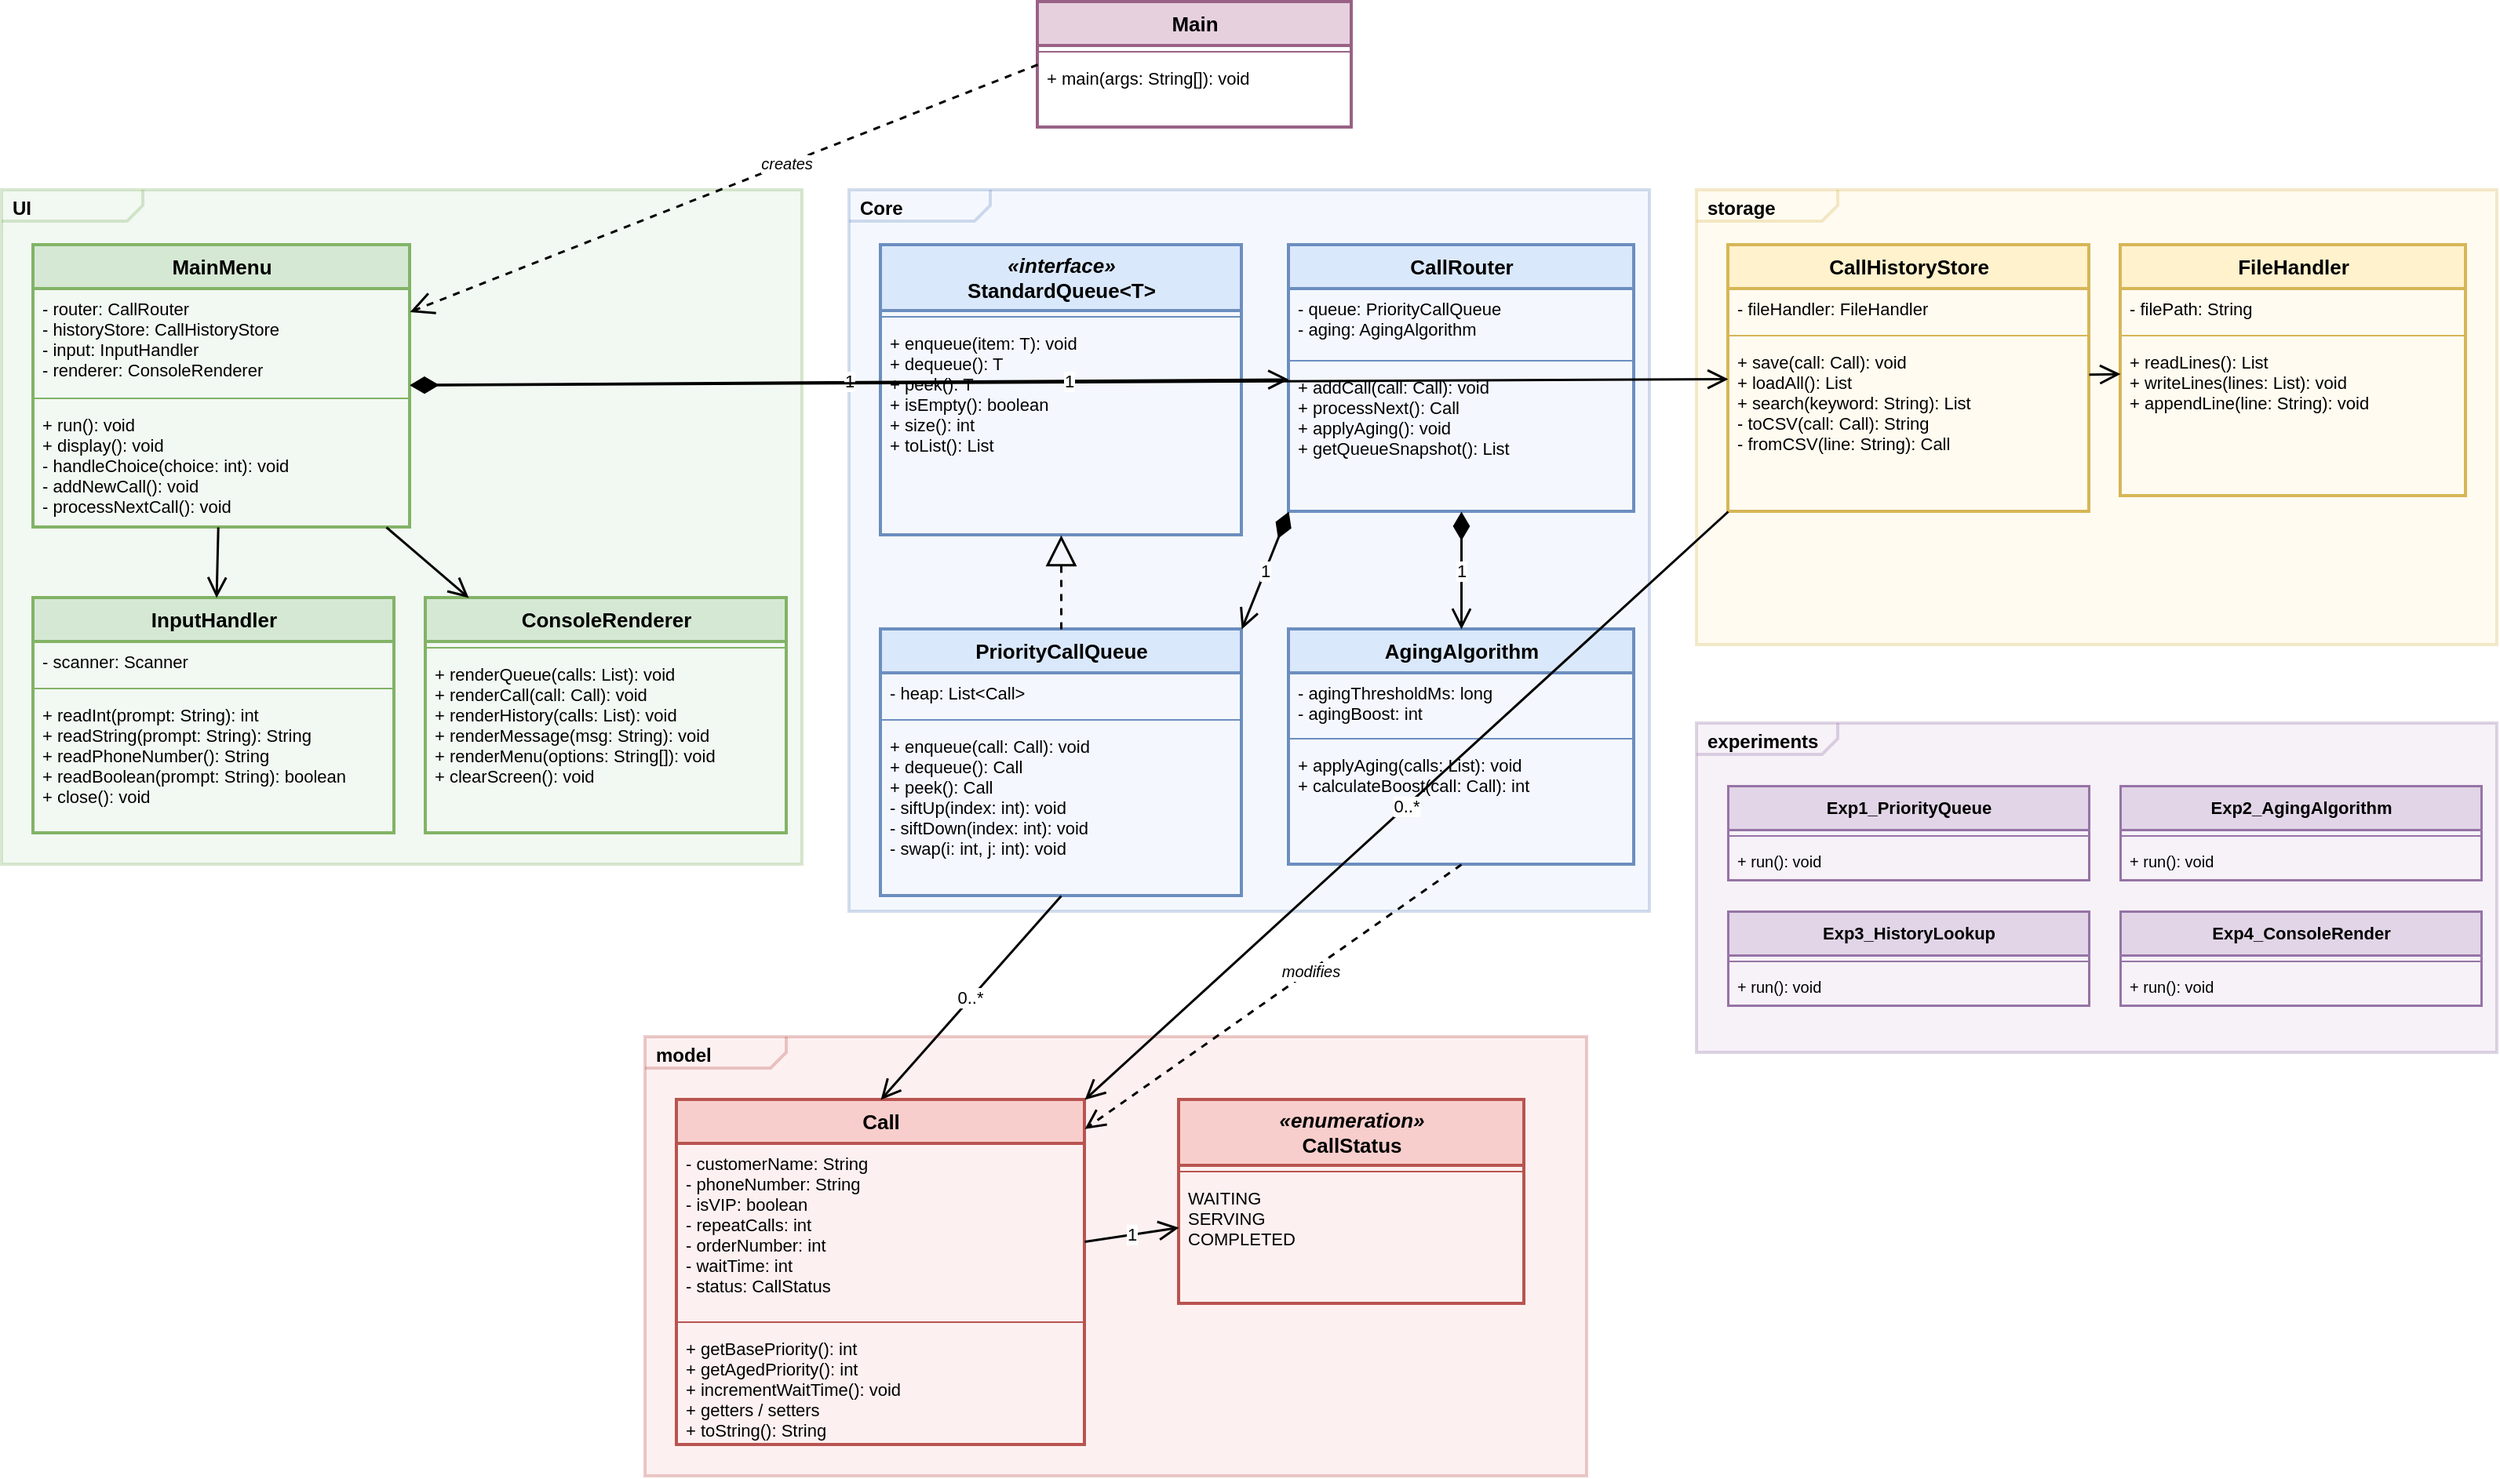
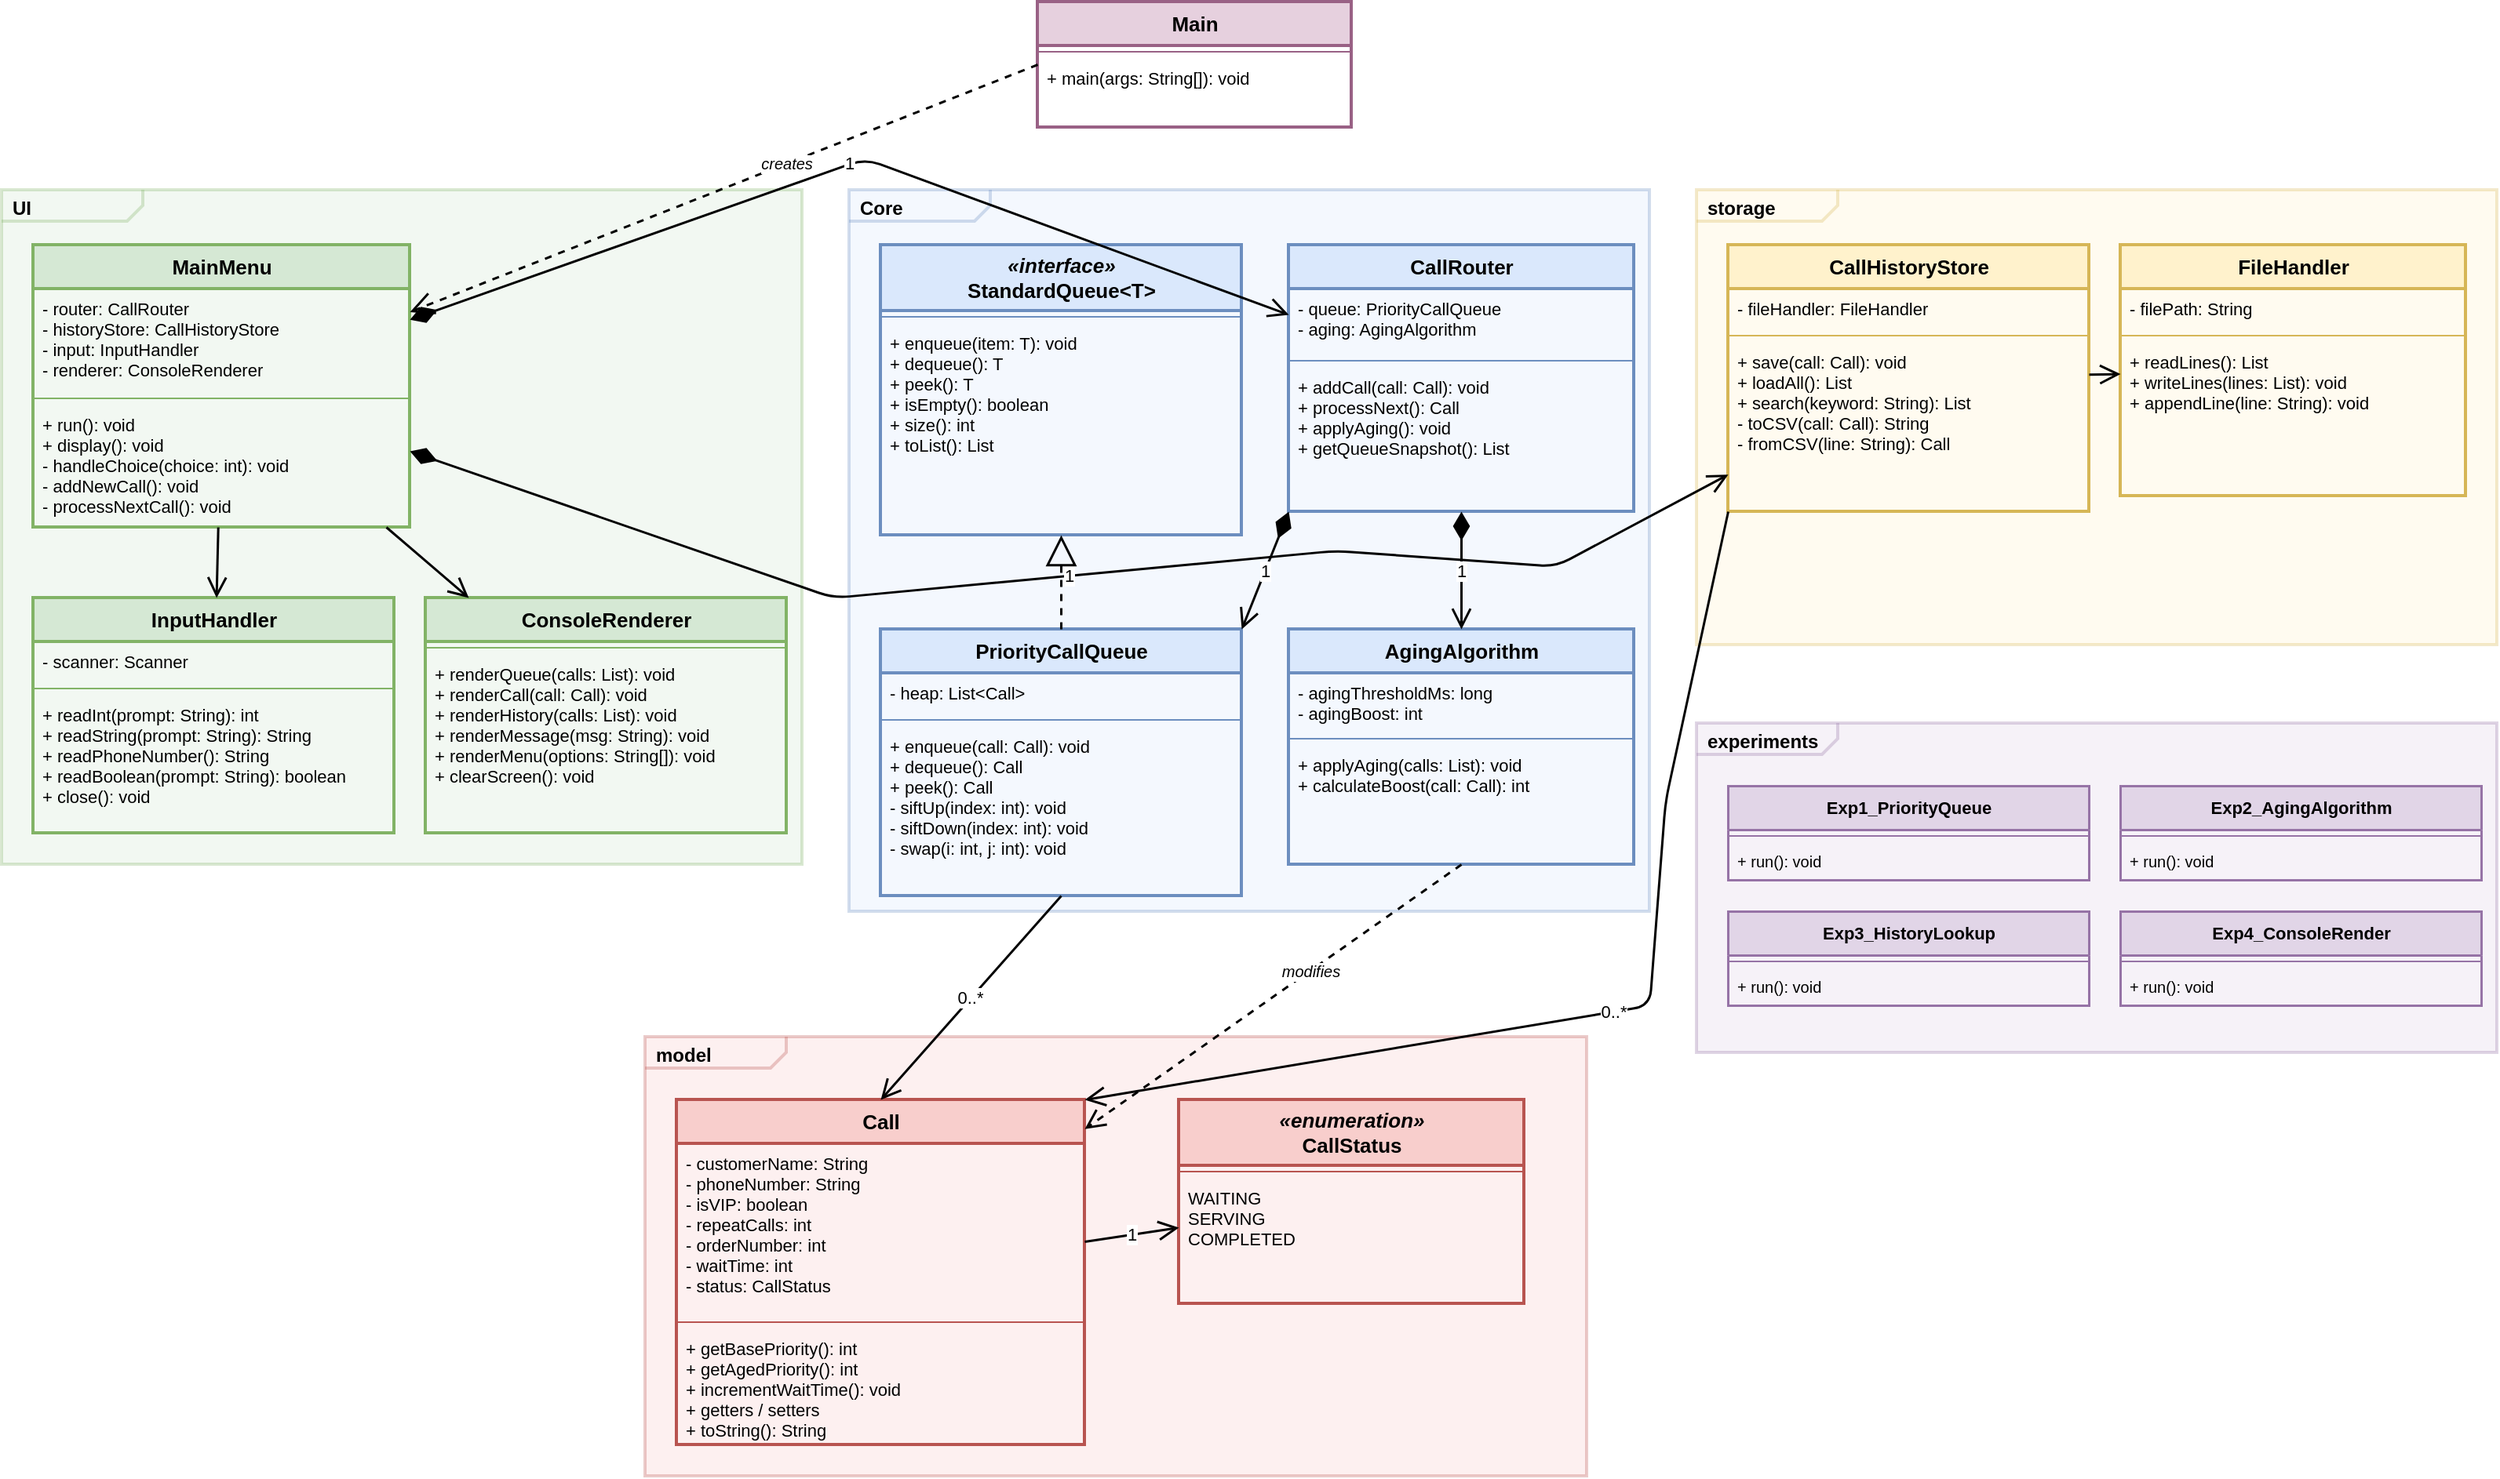
<mxfile host="Electron" agent="Antigravity">
  <diagram id="class-diagram" name="Class Diagram">
    <mxGraphModel dx="815" dy="592" grid="1" gridSize="10" guides="1" tooltips="1" connect="1" arrows="1" fold="1" page="1" pageScale="1" pageWidth="1800" pageHeight="1400" math="0" shadow="0">
      <root>
        <mxCell id="0" />
        <mxCell id="1" parent="0" />
        <mxCell id="pkg_ui" parent="1" style="shape=mxgraph.sysml.package;html=1;whiteSpace=wrap;align=left;verticalAlign=top;spacingTop=-2;spacingLeft=5;fontSize=12;strokeColor=#82b366;fillColor=#d5e8d4;strokeWidth=2;opacity=30;" value="&lt;b&gt;UI&lt;/b&gt;" vertex="1">
          <mxGeometry height="430" width="510" x="20" y="140" as="geometry" />
        </mxCell>
        <mxCell id="pkg_core" parent="1" style="shape=mxgraph.sysml.package;html=1;whiteSpace=wrap;align=left;verticalAlign=top;spacingTop=-2;spacingLeft=5;fontSize=12;strokeColor=#6c8ebf;fillColor=#dae8fc;strokeWidth=2;opacity=30;" value="&lt;b&gt;Core&lt;/b&gt;" vertex="1">
          <mxGeometry height="460" width="510" x="560" y="140" as="geometry" />
        </mxCell>
        <mxCell id="pkg_storage" parent="1" style="shape=mxgraph.sysml.package;html=1;whiteSpace=wrap;align=left;verticalAlign=top;spacingTop=-2;spacingLeft=5;fontSize=12;strokeColor=#d6b656;fillColor=#fff2cc;strokeWidth=2;opacity=30;" value="&lt;b&gt;storage&lt;/b&gt;" vertex="1">
          <mxGeometry height="290" width="510" x="1100" y="140" as="geometry" />
        </mxCell>
        <mxCell id="pkg_model" parent="1" style="shape=mxgraph.sysml.package;html=1;whiteSpace=wrap;align=left;verticalAlign=top;spacingTop=-2;spacingLeft=5;fontSize=12;strokeColor=#b85450;fillColor=#f8cecc;strokeWidth=2;opacity=30;" value="&lt;b&gt;model&lt;/b&gt;" vertex="1">
          <mxGeometry height="280" width="600" x="430" y="680" as="geometry" />
        </mxCell>
        <mxCell id="pkg_experiment" parent="1" style="shape=mxgraph.sysml.package;html=1;whiteSpace=wrap;align=left;verticalAlign=top;spacingTop=-2;spacingLeft=5;fontSize=12;strokeColor=#9673a6;fillColor=#e1d5e7;strokeWidth=2;opacity=30;" value="&lt;b&gt;experiments&lt;/b&gt;" vertex="1">
          <mxGeometry height="210" width="510" x="1100" y="480" as="geometry" />
        </mxCell>
        <mxCell id="c_main" parent="1" style="swimlane;fontStyle=1;align=center;startSize=28;html=1;collapsible=0;fontSize=13;fillColor=#e6d0de;strokeColor=#996185;strokeWidth=2;" value="Main" vertex="1">
          <mxGeometry height="80" width="200" x="680" y="20" as="geometry" />
        </mxCell>
        <mxCell id="c_main_sep" parent="c_main" style="line;strokeWidth=1;fillColor=none;align=left;verticalAlign=middle;spacingTop=-1;spacingLeft=3;spacingRight=10;rotatable=0;labelPosition=left;points=[];portConstraint=eastwest;strokeColor=inherit;" value="" vertex="1">
          <mxGeometry height="8" width="200" y="28" as="geometry" />
        </mxCell>
        <mxCell id="c_main_methods" parent="c_main" style="text;strokeColor=none;fillColor=none;align=left;verticalAlign=top;spacingLeft=4;spacingRight=4;overflow=hidden;rotatable=0;points=[[0,0.5],[1,0.5]];portConstraint=eastwest;fontFamily=Helvetica;fontSize=11;" value="+ main(args: String[]): void" vertex="1">
          <mxGeometry height="40" width="200" y="36" as="geometry" />
        </mxCell>
        <mxCell id="c_mainmenu" parent="1" style="swimlane;fontStyle=1;align=center;startSize=28;html=1;collapsible=0;fontSize=13;fillColor=#d5e8d4;strokeColor=#82b366;strokeWidth=2;" value="MainMenu" vertex="1">
          <mxGeometry height="180" width="240" x="40" y="175" as="geometry" />
        </mxCell>
        <mxCell id="c_mainmenu_attrs" parent="c_mainmenu" style="text;strokeColor=none;fillColor=none;align=left;verticalAlign=top;spacingLeft=4;spacingRight=4;overflow=hidden;rotatable=0;points=[[0,0.5],[1,0.5]];portConstraint=eastwest;fontFamily=Helvetica;fontSize=11;" value="- router: CallRouter&#xa;- historyStore: CallHistoryStore&#xa;- input: InputHandler&#xa;- renderer: ConsoleRenderer" vertex="1">
          <mxGeometry height="66" width="240" y="28" as="geometry" />
        </mxCell>
        <mxCell id="c_mainmenu_sep" parent="c_mainmenu" style="line;strokeWidth=1;fillColor=none;align=left;verticalAlign=middle;spacingTop=-1;spacingLeft=3;spacingRight=10;rotatable=0;labelPosition=left;points=[];portConstraint=eastwest;strokeColor=inherit;" value="" vertex="1">
          <mxGeometry height="8" width="240" y="94" as="geometry" />
        </mxCell>
        <mxCell id="c_mainmenu_methods" parent="c_mainmenu" style="text;strokeColor=none;fillColor=none;align=left;verticalAlign=top;spacingLeft=4;spacingRight=4;overflow=hidden;rotatable=0;points=[[0,0.5],[1,0.5]];portConstraint=eastwest;fontFamily=Helvetica;fontSize=11;" value="+ run(): void&#xa;+ display(): void&#xa;- handleChoice(choice: int): void&#xa;- addNewCall(): void&#xa;- processNextCall(): void" vertex="1">
          <mxGeometry height="74" width="240" y="102" as="geometry" />
        </mxCell>
        <mxCell id="c_input" parent="1" style="swimlane;fontStyle=1;align=center;startSize=28;html=1;collapsible=0;fontSize=13;fillColor=#d5e8d4;strokeColor=#82b366;strokeWidth=2;" value="InputHandler" vertex="1">
          <mxGeometry height="150" width="230" x="40" y="400" as="geometry" />
        </mxCell>
        <mxCell id="c_input_attrs" parent="c_input" style="text;strokeColor=none;fillColor=none;align=left;verticalAlign=top;spacingLeft=4;spacingRight=4;overflow=hidden;rotatable=0;points=[[0,0.5],[1,0.5]];portConstraint=eastwest;fontFamily=Helvetica;fontSize=11;" value="- scanner: Scanner" vertex="1">
          <mxGeometry height="26" width="230" y="28" as="geometry" />
        </mxCell>
        <mxCell id="c_input_sep" parent="c_input" style="line;strokeWidth=1;fillColor=none;align=left;verticalAlign=middle;spacingTop=-1;spacingLeft=3;spacingRight=10;rotatable=0;labelPosition=left;points=[];portConstraint=eastwest;strokeColor=inherit;" value="" vertex="1">
          <mxGeometry height="8" width="230" y="54" as="geometry" />
        </mxCell>
        <mxCell id="c_input_methods" parent="c_input" style="text;strokeColor=none;fillColor=none;align=left;verticalAlign=top;spacingLeft=4;spacingRight=4;overflow=hidden;rotatable=0;points=[[0,0.5],[1,0.5]];portConstraint=eastwest;fontFamily=Helvetica;fontSize=11;" value="+ readInt(prompt: String): int&#xa;+ readString(prompt: String): String&#xa;+ readPhoneNumber(): String&#xa;+ readBoolean(prompt: String): boolean&#xa;+ close(): void" vertex="1">
          <mxGeometry height="84" width="230" y="62" as="geometry" />
        </mxCell>
        <mxCell id="c_renderer" parent="1" style="swimlane;fontStyle=1;align=center;startSize=28;html=1;collapsible=0;fontSize=13;fillColor=#d5e8d4;strokeColor=#82b366;strokeWidth=2;" value="ConsoleRenderer" vertex="1">
          <mxGeometry height="150" width="230" x="290" y="400" as="geometry" />
        </mxCell>
        <mxCell id="c_renderer_sep" parent="c_renderer" style="line;strokeWidth=1;fillColor=none;align=left;verticalAlign=middle;spacingTop=-1;spacingLeft=3;spacingRight=10;rotatable=0;labelPosition=left;points=[];portConstraint=eastwest;strokeColor=inherit;" value="" vertex="1">
          <mxGeometry height="8" width="230" y="28" as="geometry" />
        </mxCell>
        <mxCell id="c_renderer_methods" parent="c_renderer" style="text;strokeColor=none;fillColor=none;align=left;verticalAlign=top;spacingLeft=4;spacingRight=4;overflow=hidden;rotatable=0;points=[[0,0.5],[1,0.5]];portConstraint=eastwest;fontFamily=Helvetica;fontSize=11;" value="+ renderQueue(calls: List): void&#xa;+ renderCall(call: Call): void&#xa;+ renderHistory(calls: List): void&#xa;+ renderMessage(msg: String): void&#xa;+ renderMenu(options: String[]): void&#xa;+ clearScreen(): void" vertex="1">
          <mxGeometry height="110" width="230" y="36" as="geometry" />
        </mxCell>
        <mxCell id="c_stdqueue" parent="1" style="swimlane;fontStyle=1;align=center;startSize=42;html=1;collapsible=0;fontSize=13;fillColor=#dae8fc;strokeColor=#6c8ebf;strokeWidth=2;" value="&lt;i&gt;«interface»&lt;/i&gt;&lt;br&gt;StandardQueue&amp;lt;T&amp;gt;" vertex="1">
          <mxGeometry height="185" width="230" x="580" y="175" as="geometry" />
        </mxCell>
        <mxCell id="c_stdqueue_sep" parent="c_stdqueue" style="line;strokeWidth=1;fillColor=none;align=left;verticalAlign=middle;spacingTop=-1;spacingLeft=3;spacingRight=10;rotatable=0;labelPosition=left;points=[];portConstraint=eastwest;strokeColor=inherit;" value="" vertex="1">
          <mxGeometry height="8" width="230" y="42" as="geometry" />
        </mxCell>
        <mxCell id="c_stdqueue_methods" parent="c_stdqueue" style="text;strokeColor=none;fillColor=none;align=left;verticalAlign=top;spacingLeft=4;spacingRight=4;overflow=hidden;rotatable=0;points=[[0,0.5],[1,0.5]];portConstraint=eastwest;fontFamily=Helvetica;fontSize=11;" value="+ enqueue(item: T): void&#xa;+ dequeue(): T&#xa;+ peek(): T&#xa;+ isEmpty(): boolean&#xa;+ size(): int&#xa;+ toList(): List" vertex="1">
          <mxGeometry height="131" width="230" y="50" as="geometry" />
        </mxCell>
        <mxCell id="c_pqueue" parent="1" style="swimlane;fontStyle=1;align=center;startSize=28;html=1;collapsible=0;fontSize=13;fillColor=#dae8fc;strokeColor=#6c8ebf;strokeWidth=2;" value="PriorityCallQueue" vertex="1">
          <mxGeometry height="170" width="230" x="580" y="420" as="geometry" />
        </mxCell>
        <mxCell id="c_pqueue_attrs" parent="c_pqueue" style="text;strokeColor=none;fillColor=none;align=left;verticalAlign=top;spacingLeft=4;spacingRight=4;overflow=hidden;rotatable=0;points=[[0,0.5],[1,0.5]];portConstraint=eastwest;fontFamily=Helvetica;fontSize=11;" value="- heap: List&lt;Call&gt;" vertex="1">
          <mxGeometry height="26" width="230" y="28" as="geometry" />
        </mxCell>
        <mxCell id="c_pqueue_sep" parent="c_pqueue" style="line;strokeWidth=1;fillColor=none;align=left;verticalAlign=middle;spacingTop=-1;spacingLeft=3;spacingRight=10;rotatable=0;labelPosition=left;points=[];portConstraint=eastwest;strokeColor=inherit;" value="" vertex="1">
          <mxGeometry height="8" width="230" y="54" as="geometry" />
        </mxCell>
        <mxCell id="c_pqueue_methods" parent="c_pqueue" style="text;strokeColor=none;fillColor=none;align=left;verticalAlign=top;spacingLeft=4;spacingRight=4;overflow=hidden;rotatable=0;points=[[0,0.5],[1,0.5]];portConstraint=eastwest;fontFamily=Helvetica;fontSize=11;" value="+ enqueue(call: Call): void&#xa;+ dequeue(): Call&#xa;+ peek(): Call&#xa;- siftUp(index: int): void&#xa;- siftDown(index: int): void&#xa;- swap(i: int, j: int): void" vertex="1">
          <mxGeometry height="104" width="230" y="62" as="geometry" />
        </mxCell>
        <mxCell id="c_router" parent="1" style="swimlane;fontStyle=1;align=center;startSize=28;html=1;collapsible=0;fontSize=13;fillColor=#dae8fc;strokeColor=#6c8ebf;strokeWidth=2;" value="CallRouter" vertex="1">
          <mxGeometry height="170" width="220" x="840" y="175" as="geometry" />
        </mxCell>
        <mxCell id="c_router_attrs" parent="c_router" style="text;strokeColor=none;fillColor=none;align=left;verticalAlign=top;spacingLeft=4;spacingRight=4;overflow=hidden;rotatable=0;points=[[0,0.5],[1,0.5]];portConstraint=eastwest;fontFamily=Helvetica;fontSize=11;" value="- queue: PriorityCallQueue&#xa;- aging: AgingAlgorithm" vertex="1">
          <mxGeometry height="42" width="220" y="28" as="geometry" />
        </mxCell>
        <mxCell id="c_router_sep" parent="c_router" style="line;strokeWidth=1;fillColor=none;align=left;verticalAlign=middle;spacingTop=-1;spacingLeft=3;spacingRight=10;rotatable=0;labelPosition=left;points=[];portConstraint=eastwest;strokeColor=inherit;" value="" vertex="1">
          <mxGeometry height="8" width="220" y="70" as="geometry" />
        </mxCell>
        <mxCell id="c_router_methods" parent="c_router" style="text;strokeColor=none;fillColor=none;align=left;verticalAlign=top;spacingLeft=4;spacingRight=4;overflow=hidden;rotatable=0;points=[[0,0.5],[1,0.5]];portConstraint=eastwest;fontFamily=Helvetica;fontSize=11;" value="+ addCall(call: Call): void&#xa;+ processNext(): Call&#xa;+ applyAging(): void&#xa;+ getQueueSnapshot(): List" vertex="1">
          <mxGeometry height="88" width="220" y="78" as="geometry" />
        </mxCell>
        <mxCell id="c_aging" parent="1" style="swimlane;fontStyle=1;align=center;startSize=28;html=1;collapsible=0;fontSize=13;fillColor=#dae8fc;strokeColor=#6c8ebf;strokeWidth=2;" value="AgingAlgorithm" vertex="1">
          <mxGeometry height="150" width="220" x="840" y="420" as="geometry" />
        </mxCell>
        <mxCell id="c_aging_attrs" parent="c_aging" style="text;strokeColor=none;fillColor=none;align=left;verticalAlign=top;spacingLeft=4;spacingRight=4;overflow=hidden;rotatable=0;points=[[0,0.5],[1,0.5]];portConstraint=eastwest;fontFamily=Helvetica;fontSize=11;" value="- agingThresholdMs: long&#xa;- agingBoost: int" vertex="1">
          <mxGeometry height="38" width="220" y="28" as="geometry" />
        </mxCell>
        <mxCell id="c_aging_sep" parent="c_aging" style="line;strokeWidth=1;fillColor=none;align=left;verticalAlign=middle;spacingTop=-1;spacingLeft=3;spacingRight=10;rotatable=0;labelPosition=left;points=[];portConstraint=eastwest;strokeColor=inherit;" value="" vertex="1">
          <mxGeometry height="8" width="220" y="66" as="geometry" />
        </mxCell>
        <mxCell id="c_aging_methods" parent="c_aging" style="text;strokeColor=none;fillColor=none;align=left;verticalAlign=top;spacingLeft=4;spacingRight=4;overflow=hidden;rotatable=0;points=[[0,0.5],[1,0.5]];portConstraint=eastwest;fontFamily=Helvetica;fontSize=11;" value="+ applyAging(calls: List): void&#xa;+ calculateBoost(call: Call): int" vertex="1">
          <mxGeometry height="72" width="220" y="74" as="geometry" />
        </mxCell>
        <mxCell id="c_history" parent="1" style="swimlane;fontStyle=1;align=center;startSize=28;html=1;collapsible=0;fontSize=13;fillColor=#fff2cc;strokeColor=#d6b656;strokeWidth=2;" value="CallHistoryStore" vertex="1">
          <mxGeometry height="170" width="230" x="1120" y="175" as="geometry" />
        </mxCell>
        <mxCell id="c_history_attrs" parent="c_history" style="text;strokeColor=none;fillColor=none;align=left;verticalAlign=top;spacingLeft=4;spacingRight=4;overflow=hidden;rotatable=0;points=[[0,0.5],[1,0.5]];portConstraint=eastwest;fontFamily=Helvetica;fontSize=11;" value="- fileHandler: FileHandler" vertex="1">
          <mxGeometry height="26" width="230" y="28" as="geometry" />
        </mxCell>
        <mxCell id="c_history_sep" parent="c_history" style="line;strokeWidth=1;fillColor=none;align=left;verticalAlign=middle;spacingTop=-1;spacingLeft=3;spacingRight=10;rotatable=0;labelPosition=left;points=[];portConstraint=eastwest;strokeColor=inherit;" value="" vertex="1">
          <mxGeometry height="8" width="230" y="54" as="geometry" />
        </mxCell>
        <mxCell id="c_history_methods" parent="c_history" style="text;strokeColor=none;fillColor=none;align=left;verticalAlign=top;spacingLeft=4;spacingRight=4;overflow=hidden;rotatable=0;points=[[0,0.5],[1,0.5]];portConstraint=eastwest;fontFamily=Helvetica;fontSize=11;" value="+ save(call: Call): void&#xa;+ loadAll(): List&#xa;+ search(keyword: String): List&#xa;- toCSV(call: Call): String&#xa;- fromCSV(line: String): Call" vertex="1">
          <mxGeometry height="104" width="230" y="62" as="geometry" />
        </mxCell>
        <mxCell id="c_filehandler" parent="1" style="swimlane;fontStyle=1;align=center;startSize=28;html=1;collapsible=0;fontSize=13;fillColor=#fff2cc;strokeColor=#d6b656;strokeWidth=2;" value="FileHandler" vertex="1">
          <mxGeometry height="160" width="220" x="1370" y="175" as="geometry" />
        </mxCell>
        <mxCell id="c_filehandler_attrs" parent="c_filehandler" style="text;strokeColor=none;fillColor=none;align=left;verticalAlign=top;spacingLeft=4;spacingRight=4;overflow=hidden;rotatable=0;points=[[0,0.5],[1,0.5]];portConstraint=eastwest;fontFamily=Helvetica;fontSize=11;" value="- filePath: String" vertex="1">
          <mxGeometry height="26" width="220" y="28" as="geometry" />
        </mxCell>
        <mxCell id="c_filehandler_sep" parent="c_filehandler" style="line;strokeWidth=1;fillColor=none;align=left;verticalAlign=middle;spacingTop=-1;spacingLeft=3;spacingRight=10;rotatable=0;labelPosition=left;points=[];portConstraint=eastwest;strokeColor=inherit;" value="" vertex="1">
          <mxGeometry height="8" width="220" y="54" as="geometry" />
        </mxCell>
        <mxCell id="c_filehandler_methods" parent="c_filehandler" style="text;strokeColor=none;fillColor=none;align=left;verticalAlign=top;spacingLeft=4;spacingRight=4;overflow=hidden;rotatable=0;points=[[0,0.5],[1,0.5]];portConstraint=eastwest;fontFamily=Helvetica;fontSize=11;" value="+ readLines(): List&#xa;+ writeLines(lines: List): void&#xa;+ appendLine(line: String): void" vertex="1">
          <mxGeometry height="94" width="220" y="62" as="geometry" />
        </mxCell>
        <mxCell id="c_call" parent="1" style="swimlane;fontStyle=1;align=center;startSize=28;html=1;collapsible=0;fontSize=13;fillColor=#f8cecc;strokeColor=#b85450;strokeWidth=2;" value="Call" vertex="1">
          <mxGeometry height="220" width="260" x="450" y="720" as="geometry" />
        </mxCell>
        <mxCell id="c_call_attrs" parent="c_call" style="text;strokeColor=none;fillColor=none;align=left;verticalAlign=top;spacingLeft=4;spacingRight=4;overflow=hidden;rotatable=0;points=[[0,0.5],[1,0.5]];portConstraint=eastwest;fontFamily=Helvetica;fontSize=11;" value="- customerName: String&#xa;- phoneNumber: String&#xa;- isVIP: boolean&#xa;- repeatCalls: int&#xa;- orderNumber: int&#xa;- waitTime: int&#xa;- status: CallStatus" vertex="1">
          <mxGeometry height="110" width="260" y="28" as="geometry" />
        </mxCell>
        <mxCell id="c_call_sep" parent="c_call" style="line;strokeWidth=1;fillColor=none;align=left;verticalAlign=middle;spacingTop=-1;spacingLeft=3;spacingRight=10;rotatable=0;labelPosition=left;points=[];portConstraint=eastwest;strokeColor=inherit;" value="" vertex="1">
          <mxGeometry height="8" width="260" y="138" as="geometry" />
        </mxCell>
        <mxCell id="c_call_methods" parent="c_call" style="text;strokeColor=none;fillColor=none;align=left;verticalAlign=top;spacingLeft=4;spacingRight=4;overflow=hidden;rotatable=0;points=[[0,0.5],[1,0.5]];portConstraint=eastwest;fontFamily=Helvetica;fontSize=11;" value="+ getBasePriority(): int&#xa;+ getAgedPriority(): int&#xa;+ incrementWaitTime(): void&#xa;+ getters / setters&#xa;+ toString(): String" vertex="1">
          <mxGeometry height="70" width="260" y="146" as="geometry" />
        </mxCell>
        <mxCell id="c_status" parent="1" style="swimlane;fontStyle=1;align=center;startSize=42;html=1;collapsible=0;fontSize=13;fillColor=#f8cecc;strokeColor=#b85450;strokeWidth=2;" value="&lt;i&gt;«enumeration»&lt;/i&gt;&lt;br&gt;CallStatus" vertex="1">
          <mxGeometry height="130" width="220" x="770" y="720" as="geometry" />
        </mxCell>
        <mxCell id="c_status_sep" parent="c_status" style="line;strokeWidth=1;fillColor=none;align=left;verticalAlign=middle;spacingTop=-1;spacingLeft=3;spacingRight=10;rotatable=0;labelPosition=left;points=[];portConstraint=eastwest;strokeColor=inherit;" value="" vertex="1">
          <mxGeometry height="8" width="220" y="42" as="geometry" />
        </mxCell>
        <mxCell id="c_status_values" parent="c_status" style="text;strokeColor=none;fillColor=none;align=left;verticalAlign=top;spacingLeft=4;spacingRight=4;overflow=hidden;rotatable=0;points=[[0,0.5],[1,0.5]];portConstraint=eastwest;fontFamily=Helvetica;fontSize=11;" value="WAITING&#xa;SERVING&#xa;COMPLETED" vertex="1">
          <mxGeometry height="76" width="220" y="50" as="geometry" />
        </mxCell>
        <mxCell id="c_exp1" parent="1" style="swimlane;fontStyle=1;align=center;startSize=28;html=1;collapsible=0;fontSize=11;fillColor=#e1d5e7;strokeColor=#9673a6;strokeWidth=1.5;" value="Exp1_PriorityQueue" vertex="1">
          <mxGeometry height="60" width="230" x="1120" y="520" as="geometry" />
        </mxCell>
        <mxCell id="c_exp1_sep" parent="c_exp1" style="line;strokeWidth=1;fillColor=none;align=left;verticalAlign=middle;spacingTop=-1;spacingLeft=3;spacingRight=10;rotatable=0;labelPosition=left;points=[];portConstraint=eastwest;strokeColor=inherit;" value="" vertex="1">
          <mxGeometry height="8" width="230" y="28" as="geometry" />
        </mxCell>
        <mxCell id="c_exp1_m" parent="c_exp1" style="text;strokeColor=none;fillColor=none;align=left;verticalAlign=top;spacingLeft=4;spacingRight=4;overflow=hidden;rotatable=0;points=[[0,0.5],[1,0.5]];portConstraint=eastwest;fontFamily=Helvetica;fontSize=10;" value="+ run(): void" vertex="1">
          <mxGeometry height="20" width="230" y="36" as="geometry" />
        </mxCell>
        <mxCell id="c_exp2" parent="1" style="swimlane;fontStyle=1;align=center;startSize=28;html=1;collapsible=0;fontSize=11;fillColor=#e1d5e7;strokeColor=#9673a6;strokeWidth=1.5;" value="Exp2_AgingAlgorithm" vertex="1">
          <mxGeometry height="60" width="230" x="1370" y="520" as="geometry" />
        </mxCell>
        <mxCell id="c_exp2_sep" parent="c_exp2" style="line;strokeWidth=1;fillColor=none;align=left;verticalAlign=middle;spacingTop=-1;spacingLeft=3;spacingRight=10;rotatable=0;labelPosition=left;points=[];portConstraint=eastwest;strokeColor=inherit;" value="" vertex="1">
          <mxGeometry height="8" width="230" y="28" as="geometry" />
        </mxCell>
        <mxCell id="c_exp2_m" parent="c_exp2" style="text;strokeColor=none;fillColor=none;align=left;verticalAlign=top;spacingLeft=4;spacingRight=4;overflow=hidden;rotatable=0;points=[[0,0.5],[1,0.5]];portConstraint=eastwest;fontFamily=Helvetica;fontSize=10;" value="+ run(): void" vertex="1">
          <mxGeometry height="20" width="230" y="36" as="geometry" />
        </mxCell>
        <mxCell id="c_exp3" parent="1" style="swimlane;fontStyle=1;align=center;startSize=28;html=1;collapsible=0;fontSize=11;fillColor=#e1d5e7;strokeColor=#9673a6;strokeWidth=1.5;" value="Exp3_HistoryLookup" vertex="1">
          <mxGeometry height="60" width="230" x="1120" y="600" as="geometry" />
        </mxCell>
        <mxCell id="c_exp3_sep" parent="c_exp3" style="line;strokeWidth=1;fillColor=none;align=left;verticalAlign=middle;spacingTop=-1;spacingLeft=3;spacingRight=10;rotatable=0;labelPosition=left;points=[];portConstraint=eastwest;strokeColor=inherit;" value="" vertex="1">
          <mxGeometry height="8" width="230" y="28" as="geometry" />
        </mxCell>
        <mxCell id="c_exp3_m" parent="c_exp3" style="text;strokeColor=none;fillColor=none;align=left;verticalAlign=top;spacingLeft=4;spacingRight=4;overflow=hidden;rotatable=0;points=[[0,0.5],[1,0.5]];portConstraint=eastwest;fontFamily=Helvetica;fontSize=10;" value="+ run(): void" vertex="1">
          <mxGeometry height="20" width="230" y="36" as="geometry" />
        </mxCell>
        <mxCell id="c_exp4" parent="1" style="swimlane;fontStyle=1;align=center;startSize=28;html=1;collapsible=0;fontSize=11;fillColor=#e1d5e7;strokeColor=#9673a6;strokeWidth=1.5;" value="Exp4_ConsoleRender" vertex="1">
          <mxGeometry height="60" width="230" x="1370" y="600" as="geometry" />
        </mxCell>
        <mxCell id="c_exp4_sep" parent="c_exp4" style="line;strokeWidth=1;fillColor=none;align=left;verticalAlign=middle;spacingTop=-1;spacingLeft=3;spacingRight=10;rotatable=0;labelPosition=left;points=[];portConstraint=eastwest;strokeColor=inherit;" value="" vertex="1">
          <mxGeometry height="8" width="230" y="28" as="geometry" />
        </mxCell>
        <mxCell id="c_exp4_m" parent="c_exp4" style="text;strokeColor=none;fillColor=none;align=left;verticalAlign=top;spacingLeft=4;spacingRight=4;overflow=hidden;rotatable=0;points=[[0,0.5],[1,0.5]];portConstraint=eastwest;fontFamily=Helvetica;fontSize=10;" value="+ run(): void" vertex="1">
          <mxGeometry height="20" width="230" y="36" as="geometry" />
        </mxCell>
        <mxCell id="rel_main_menu" edge="1" parent="1" source="c_main" style="endArrow=open;endSize=12;dashed=1;html=1;strokeWidth=1.5;exitX=0;exitY=0.5;exitDx=0;exitDy=0;" target="c_mainmenu" value="">
          <mxGeometry relative="1" as="geometry" />
        </mxCell>
        <mxCell id="rel_main_menu_label" connectable="0" parent="rel_main_menu" style="edgeLabel;html=1;align=center;verticalAlign=middle;resizable=0;points=[];fontSize=10;labelBackgroundColor=#FFFFFF;" value="&lt;i&gt;creates&lt;/i&gt;" vertex="1">
          <mxGeometry relative="1" x="-0.2" as="geometry">
            <mxPoint as="offset" />
          </mxGeometry>
        </mxCell>
        <mxCell id="rel_menu_input" edge="1" parent="1" source="c_mainmenu" style="endArrow=open;endSize=10;html=1;strokeWidth=1.5;" target="c_input" value="">
          <mxGeometry relative="1" as="geometry" />
        </mxCell>
        <mxCell id="rel_menu_renderer" edge="1" parent="1" source="c_mainmenu" style="endArrow=open;endSize=10;html=1;strokeWidth=1.5;" target="c_renderer" value="">
          <mxGeometry relative="1" as="geometry" />
        </mxCell>
        <mxCell id="rel_menu_router" edge="1" parent="1" source="c_mainmenu" style="endArrow=open;endSize=10;html=1;strokeWidth=1.5;startArrow=diamondThin;startFill=1;startSize=14;" target="c_router" value="1">
-           <mxGeometry relative="1" as="geometry" />
+           <mxGeometry relative="1" as="geometry">
+             <Array as="points">
+               <mxPoint x="570" y="120" />
+             </Array>
+           </mxGeometry>
        </mxCell>
        <mxCell id="rel_menu_history" edge="1" parent="1" source="c_mainmenu" style="endArrow=open;endSize=10;html=1;strokeWidth=1.5;startArrow=diamondThin;startFill=1;startSize=14;" target="c_history" value="1">
-           <mxGeometry relative="1" as="geometry" />
+           <mxGeometry relative="1" as="geometry">
+             <Array as="points">
+               <mxPoint x="550" y="400" />
+               <mxPoint x="870" y="370" />
+               <mxPoint x="1010" y="380" />
+             </Array>
+           </mxGeometry>
        </mxCell>
        <mxCell id="rel_router_pqueue" edge="1" parent="1" source="c_router" style="endArrow=open;endSize=10;html=1;strokeWidth=1.5;startArrow=diamondThin;startFill=1;startSize=14;exitX=0;exitY=1;exitDx=0;exitDy=0;entryX=1;entryY=0;entryDx=0;entryDy=0;" target="c_pqueue" value="1">
          <mxGeometry relative="1" as="geometry" />
        </mxCell>
        <mxCell id="rel_router_aging" edge="1" parent="1" source="c_router" style="endArrow=open;endSize=10;html=1;strokeWidth=1.5;startArrow=diamondThin;startFill=1;startSize=14;" target="c_aging" value="1">
          <mxGeometry relative="1" as="geometry" />
        </mxCell>
        <mxCell id="rel_pqueue_stdqueue" edge="1" parent="1" source="c_pqueue" style="endArrow=block;endFill=0;endSize=16;dashed=1;html=1;strokeWidth=1.5;" target="c_stdqueue" value="">
          <mxGeometry relative="1" as="geometry" />
        </mxCell>
        <mxCell id="rel_pqueue_call" edge="1" parent="1" source="c_pqueue" style="endArrow=open;endSize=10;html=1;strokeWidth=1.5;exitX=0.5;exitY=1;exitDx=0;exitDy=0;entryX=0.5;entryY=0;entryDx=0;entryDy=0;" target="c_call" value="0..*">
          <mxGeometry relative="1" as="geometry" />
        </mxCell>
        <mxCell id="rel_history_file" edge="1" parent="1" source="c_history" style="endArrow=open;endSize=10;html=1;strokeWidth=1.5;" target="c_filehandler" value="">
          <mxGeometry relative="1" as="geometry" />
        </mxCell>
        <mxCell id="rel_history_call" edge="1" parent="1" source="c_history" style="endArrow=open;endSize=10;html=1;strokeWidth=1.5;exitX=0;exitY=1;exitDx=0;exitDy=0;entryX=1;entryY=0;entryDx=0;entryDy=0;" target="c_call" value="0..*">
-           <mxGeometry relative="1" as="geometry" />
+           <mxGeometry relative="1" as="geometry">
+             <Array as="points">
+               <mxPoint x="1080" y="530" />
+               <mxPoint x="1070" y="660" />
+             </Array>
+           </mxGeometry>
        </mxCell>
        <mxCell id="rel_call_status" edge="1" parent="1" source="c_call" style="endArrow=open;endSize=10;html=1;strokeWidth=1.5;" target="c_status" value="1">
          <mxGeometry relative="1" as="geometry" />
        </mxCell>
        <mxCell id="rel_aging_call" edge="1" parent="1" source="c_aging" style="endArrow=open;endSize=10;dashed=1;html=1;strokeWidth=1.5;exitX=0.5;exitY=1;exitDx=0;exitDy=0;" target="c_call" value="">
          <mxGeometry relative="1" as="geometry" />
        </mxCell>
        <mxCell id="rel_aging_call_label" connectable="0" parent="rel_aging_call" style="edgeLabel;html=1;align=center;verticalAlign=middle;resizable=0;points=[];fontSize=10;labelBackgroundColor=#FFFFFF;" value="&lt;i&gt;modifies&lt;/i&gt;" vertex="1">
          <mxGeometry relative="1" x="-0.2" as="geometry">
            <mxPoint as="offset" />
          </mxGeometry>
        </mxCell>
      </root>
    </mxGraphModel>
  </diagram>
</mxfile>
